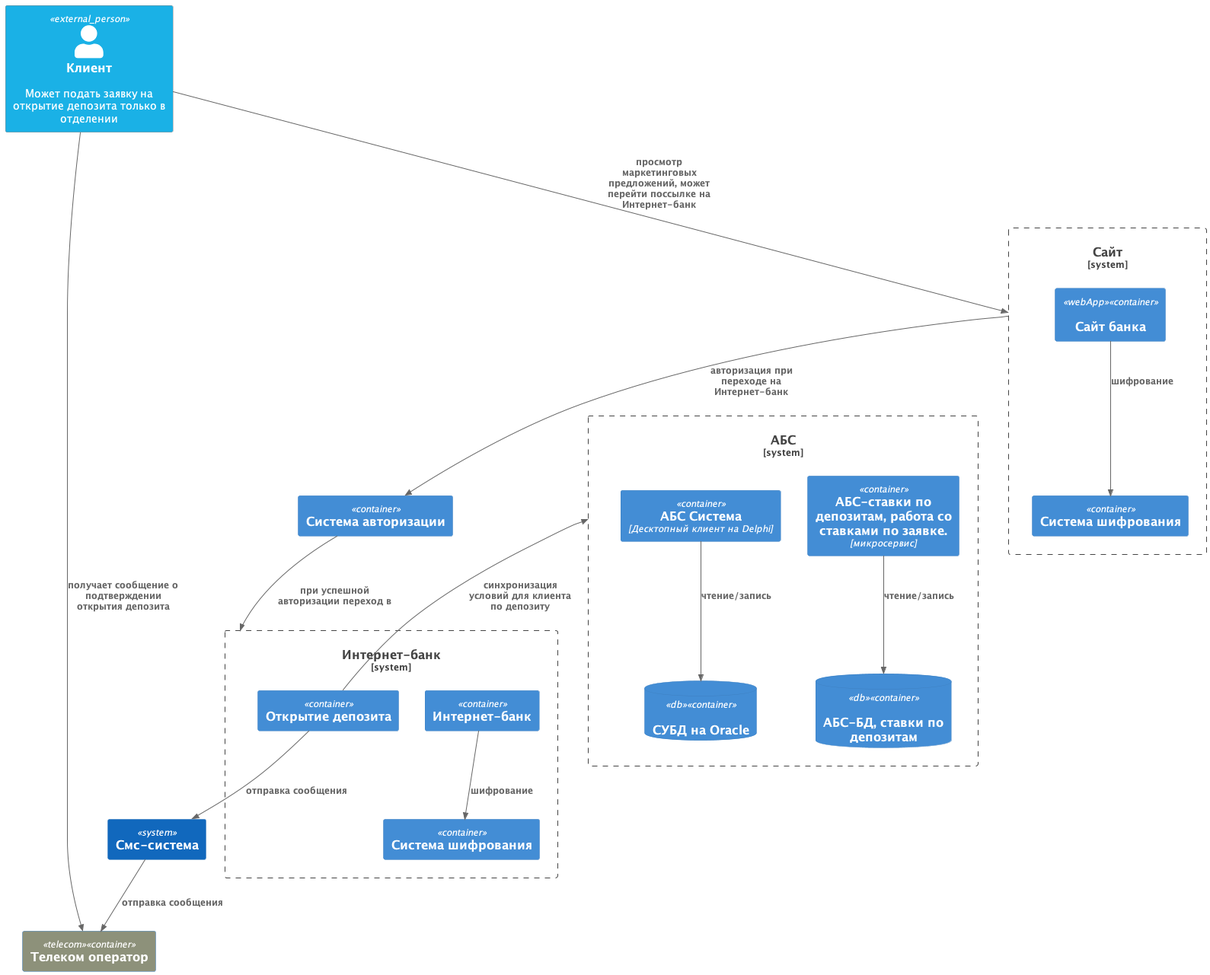
This is Task3/schemas/containers/container_diagram.png from fluffybone/architecture-standart, a PlantUML export, as it was before one commit. Source of this version:
```plantuml
@startuml container_diagram
!include https://raw.githubusercontent.com/plantuml-stdlib/C4-PlantUML/master/C4_Container.puml


   !$COLOR_USER = "#1ab1e6 "
    AddContainerTag("db", $sprite="database_server", $legendText="database container")
   AddContainerTag("telecom", $bgColor="#8D917A", $fontColor="white", $legendText="Телеком оператор")
    AddContainerTag("webApp", $sprite="application_server", $legendText="web app container")

   UpdateElementStyle("external_person", $bgColor=$COLOR_USER)
   Person_Ext(client, "Клиент", "Может подать заявку на открытие депозита только в отделении")





   Container(auth, "Система авторизации")

   Container(telecom, "Телеком оператор", $tags="telecom")


   System_Boundary(site_bank, "Сайт" ) {
    Container(site_bank_webb, "Сайт банка", $tags="webApp")
    Container(site_encryption, "Система шифрования")

   }



      System_Boundary(inet_bank, "Интернет-банк" ) {
      Container(auth, "Система авторизации")
      Container(inet_bank_app, "Интернет-банк")
      Container(deposit_open, "Открытие депозита")
      Container(inet_bank__encryption, "Система шифрования")

   }

    System(sms_system, "Смс-система")
    System_Boundary(abc_system, "АБС" ) {
    Container(abc, "АБС Система", "Десктопный клиент на Delphi")
    ContainerDb(abc_db, "СУБД на Oracle", $tags="db")

    Container(deposit_rates, "АБС-ставки по депозитам, работа со ставками по заявке.","микросервис")
    ContainerDb(deposit_db, "АБС-БД, ставки по депозитам", $tags="db")





  }




    Rel(client, site_bank, "просмотр маркетинговых предложений, может перейти поссылке на Интернет-банк")
    Rel(site_bank_webb, site_encryption, "шифрование")
    Rel(inet_bank_app, inet_bank__encryption, "шифрование")

    Rel(abc, abc_db, "чтение/запись")
    Rel(deposit_rates, deposit_db, "чтение/запись")
    Rel(site_bank, auth, "авторизация при переходе на Интернет-банк")
    Rel(auth, inet_bank, "при успешной авторизации переход в")


    Rel_U(deposit_open, abc_system, "синхронизация условий для клиента по депозиту")

    Rel(deposit_open, sms_system, "отправка сообщения")
    Rel(sms_system, telecom, "отправка сообщения")


   Rel(client, telecom, "получает сообщение о подтверждении открытия депозита")

@enduml
```
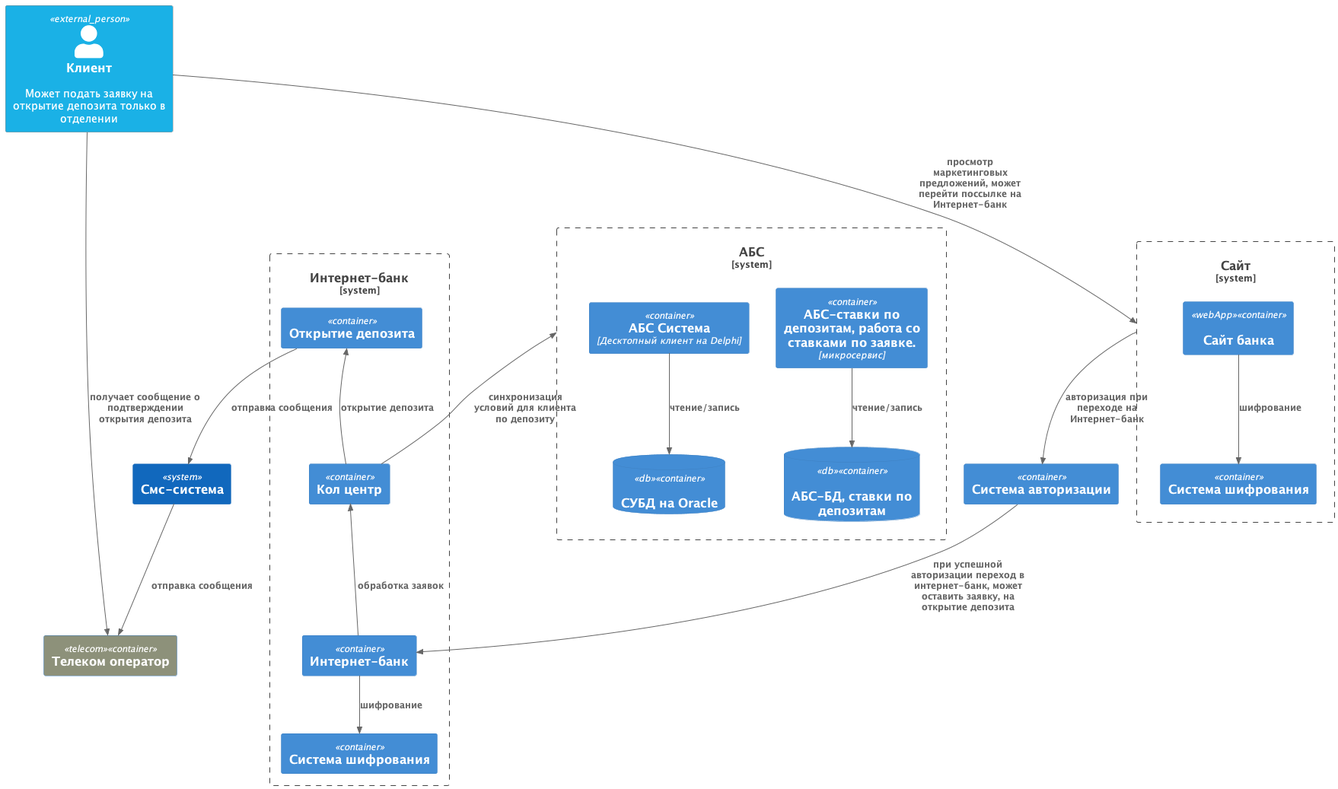
Above is the later version.

Change to the diagram source:
```diff
@@ -28,6 +28,7 @@
 
 
       System_Boundary(inet_bank, "Интернет-банк" ) {
+      Container(call, "Кол центр")
       Container(auth, "Система авторизации")
       Container(inet_bank_app, "Интернет-банк")
       Container(deposit_open, "Открытие депозита")
@@ -45,11 +46,7 @@
 
 
 
-
-
   }
-
-
 
 
     Rel(client, site_bank, "просмотр маркетинговых предложений, может перейти поссылке на Интернет-банк")
@@ -59,10 +56,11 @@
     Rel(abc, abc_db, "чтение/запись")
     Rel(deposit_rates, deposit_db, "чтение/запись")
     Rel(site_bank, auth, "авторизация при переходе на Интернет-банк")
-    Rel(auth, inet_bank, "при успешной авторизации переход в")
+    Rel(auth, inet_bank_app, "при успешной авторизации переход в интернет-банк, может оставить заявку, на открытие депозита")
+     Rel_U( inet_bank_app,call, "обработка заявок")
+    Rel_U( call,abc_system, "синхронизация условий для клиента по депозиту")
+   Rel_U(call, deposit_open,  "открытие депозита")
 
-
-    Rel_U(deposit_open, abc_system, "синхронизация условий для клиента по депозиту")
 
     Rel(deposit_open, sms_system, "отправка сообщения")
     Rel(sms_system, telecom, "отправка сообщения")
```
